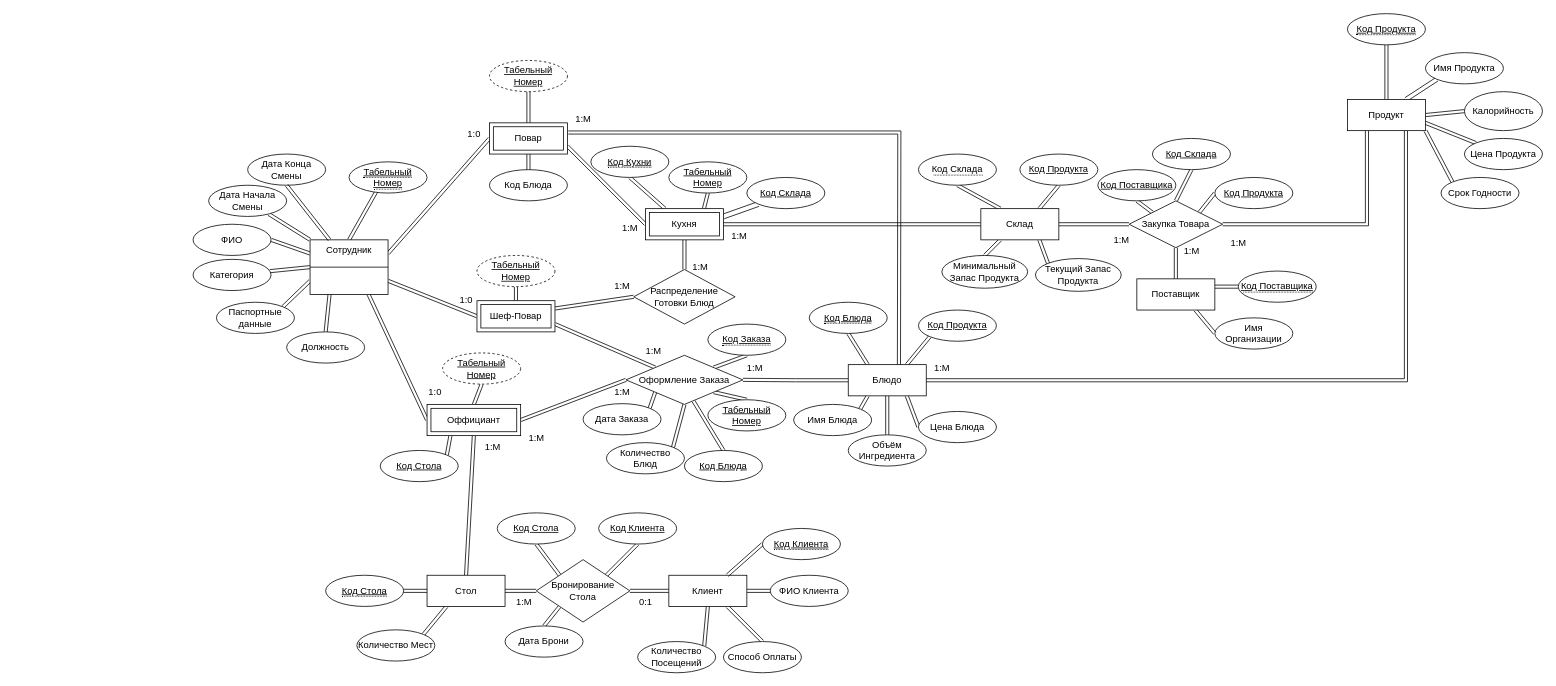
Earlier version of the draw.io diagram чена-кириллова-lab2.drawio (marinagovorova/DATABASES_ICT_2-3s_2022-2023_2023-2024). Source tidied: cells renumbered, new cells numbered last; positions are measured from the earlier drawing's top-left corner, leaving out a move shared by most shapes. Both pictures are drawn from the tidied source at 78%, with x=0, y=0 at pixel (193, 13).
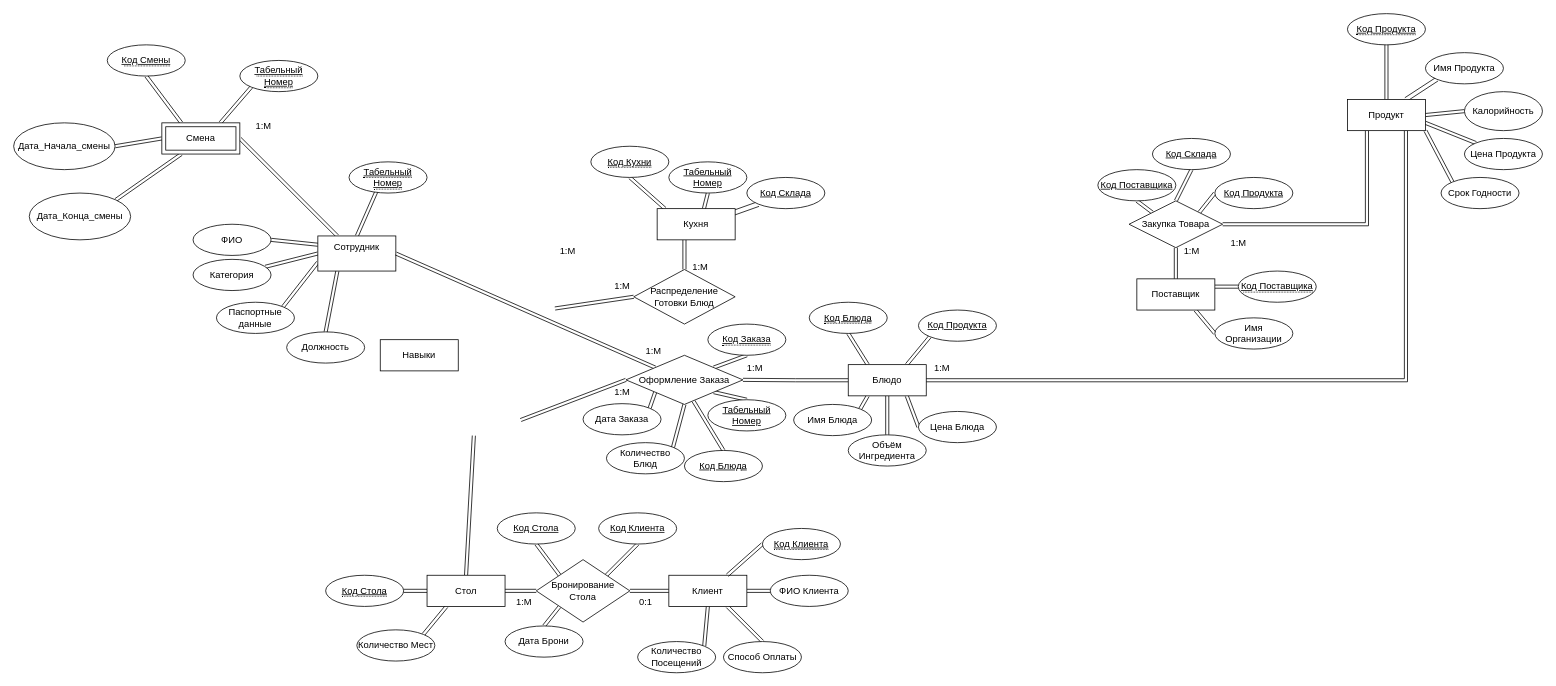
Above is the later version.

The change refers to these unchanged cells:
```xml
<mxCell id="43" value="Стол" style="whiteSpace=wrap;html=1;align=center;" parent="1" vertex="1">
  <mxGeometry x="300" y="720" width="100" height="40" as="geometry" />
</mxCell>
<mxCell id="70" value="Оформление Заказа" style="shape=rhombus;perimeter=rhombusPerimeter;whiteSpace=wrap;html=1;align=center;" parent="1" vertex="1">
  <mxGeometry x="555" y="438" width="150" height="63" as="geometry" />
</mxCell>
<mxCell id="79" value="&lt;span style=&quot;border-bottom: 1px dotted&quot;&gt;&lt;u&gt;Код Кухни&lt;/u&gt;&lt;/span&gt;" style="ellipse;whiteSpace=wrap;html=1;align=center;" parent="1" vertex="1">
  <mxGeometry x="510" y="170" width="100" height="40" as="geometry" />
</mxCell>
<mxCell id="80" value="Табельный Номер" style="ellipse;whiteSpace=wrap;html=1;align=center;fontStyle=4;" parent="1" vertex="1">
  <mxGeometry x="610" y="190" width="100" height="40" as="geometry" />
</mxCell>
<mxCell id="81" value="&lt;u&gt;Код Склада&lt;/u&gt;" style="ellipse;whiteSpace=wrap;html=1;align=center;" parent="1" vertex="1">
  <mxGeometry x="710" y="210" width="100" height="40" as="geometry" />
</mxCell>
<mxCell id="83" value="Распределение Готовки Блюд" style="shape=rhombus;perimeter=rhombusPerimeter;whiteSpace=wrap;html=1;align=center;" parent="1" vertex="1">
  <mxGeometry x="565" y="328" width="130" height="70" as="geometry" />
</mxCell>
<mxCell id="115" value="Закупка Товара" style="shape=rhombus;perimeter=rhombusPerimeter;whiteSpace=wrap;html=1;align=center;" parent="1" vertex="1">
  <mxGeometry x="1200" y="240" width="120" height="60" as="geometry" />
</mxCell>
```

The edit, as a diff of the source:
```diff
@@
-    <mxCell id="6" style="edgeStyle=none;shape=link;rounded=0;jettySize=auto;html=1;exitX=0;exitY=0;exitDx=0;exitDy=0;" parent="1" edge="1" source="11" target="17">
-      <mxGeometry relative="1" as="geometry" />
-    </mxCell>
-    <mxCell id="7" style="edgeStyle=none;shape=link;rounded=0;jettySize=auto;html=1;exitX=1;exitY=0.25;exitDx=0;exitDy=0;entryX=0;entryY=0.5;entryDx=0;entryDy=0;" parent="1" edge="1" source="11" target="23">
-      <mxGeometry relative="1" as="geometry" />
-    </mxCell>
-    <mxCell id="8" style="edgeStyle=none;shape=link;rounded=0;jettySize=auto;html=1;exitX=1;exitY=0.75;exitDx=0;exitDy=0;entryX=0;entryY=0.5;entryDx=0;entryDy=0;" parent="1" edge="1" source="11" target="27">
-      <mxGeometry relative="1" as="geometry" />
-    </mxCell>
-    <mxCell id="9" style="edgeStyle=none;shape=link;rounded=0;jettySize=auto;html=1;exitX=0.75;exitY=1;exitDx=0;exitDy=0;entryX=0;entryY=0.5;entryDx=0;entryDy=0;" parent="1" edge="1" source="11" target="32">
-      <mxGeometry relative="1" as="geometry" />
-    </mxCell>
@@
+    <mxCell id="151" style="edgeStyle=none;shape=link;rounded=0;jettySize=auto;html=1;exitX=0.25;exitY=0;exitDx=0;exitDy=0;entryX=1;entryY=0.5;entryDx=0;entryDy=0;" parent="1" edge="1" source="11" target="156">
+      <mxGeometry relative="1" as="geometry" />
+    </mxCell>
     <mxCell id="11" value="Сотрудник" style="whiteSpace=wrap;html=1;align=center;perimeterSpacing=0;fontStyle=0;verticalAlign=top;" parent="1" vertex="1">
-      <mxGeometry x="150" y="290" width="100" height="70" as="geometry" />
+      <mxGeometry x="160" y="285" width="100" height="45" as="geometry" />
     </mxCell>
-    <mxCell id="12" style="line;strokeWidth=1;dashed=0;labelPosition=right;align=left;verticalAlign=middle;spacingTop=0;spacingLeft=6;" parent="1" vertex="1">
-      <mxGeometry x="150" y="320" width="100" height="10" as="geometry" />
-    </mxCell>
@@
-    <mxCell id="17" value="Дата Начала Смены" style="ellipse;whiteSpace=wrap;html=1;align=center;" parent="1" vertex="1">
-      <mxGeometry x="20" y="220" width="100" height="40" as="geometry" />
-    </mxCell>
-    <mxCell id="18" value="Дата Конца Смены" style="ellipse;whiteSpace=wrap;html=1;align=center;" parent="1" vertex="1">
-      <mxGeometry x="70" y="180" width="100" height="40" as="geometry" />
-    </mxCell>
-    <mxCell id="19" style="edgeStyle=none;shape=link;rounded=0;jettySize=auto;html=1;exitX=0.25;exitY=0;exitDx=0;exitDy=0;entryX=0.5;entryY=1;entryDx=0;entryDy=0;" parent="1" edge="1" source="11" target="18">
-      <mxGeometry relative="1" as="geometry" />
-    </mxCell>
-    <mxCell id="20" style="edgeStyle=none;shape=link;rounded=0;jettySize=auto;html=1;exitX=0.5;exitY=0;exitDx=0;exitDy=0;entryX=0.5;entryY=1;entryDx=0;entryDy=0;" parent="1" edge="1" source="23" target="37">
-      <mxGeometry relative="1" as="geometry" />
+    <mxCell id="20" style="edgeStyle=none;shape=link;rounded=0;orthogonalLoop=1;jettySize=auto;html=1;exitX=0.5;exitY=0;exitDx=0;exitDy=0;entryX=0.5;entryY=1;entryDx=0;entryDy=0;" parent="1" edge="1">
+      <mxGeometry relative="1" as="geometry">
+        <mxPoint x="430" y="140" as="sourcePoint" />
+      </mxGeometry>
     </mxCell>
-    <mxCell id="21" style="edgeStyle=none;shape=link;rounded=0;jettySize=auto;html=1;exitX=1;exitY=0.75;exitDx=0;exitDy=0;entryX=0;entryY=0.5;entryDx=0;entryDy=0;" parent="1" edge="1" source="23" target="77">
-      <mxGeometry relative="1" as="geometry" />
-    </mxCell>
-    <mxCell id="22" style="edgeStyle=none;shape=link;rounded=0;jettySize=auto;html=1;exitX=0.5;exitY=1;exitDx=0;exitDy=0;entryX=0.5;entryY=0;entryDx=0;entryDy=0;" parent="1" edge="1" source="23" target="144">
-      <mxGeometry relative="1" as="geometry" />
+    <mxCell id="22" style="edgeStyle=none;shape=link;rounded=0;orthogonalLoop=1;jettySize=auto;html=1;exitX=0.5;exitY=1;exitDx=0;exitDy=0;entryX=0.5;entryY=0;entryDx=0;entryDy=0;" parent="1" edge="1">
+      <mxGeometry relative="1" as="geometry">
+        <mxPoint x="430" y="200" as="targetPoint" />
+      </mxGeometry>
     </mxCell>
-    <mxCell id="23" value="Повар" style="shape=ext;margin=3;double=1;whiteSpace=wrap;html=1;align=center;" parent="1" vertex="1">
-      <mxGeometry x="380" y="140" width="100" height="40" as="geometry" />
-    </mxCell>
-    <mxCell id="24" style="edgeStyle=none;shape=link;rounded=0;jettySize=auto;html=1;exitX=0.5;exitY=0;exitDx=0;exitDy=0;entryX=0.5;entryY=1;entryDx=0;entryDy=0;" parent="1" edge="1" source="27" target="38">
-      <mxGeometry relative="1" as="geometry" />
+    <mxCell id="24" style="edgeStyle=none;shape=link;rounded=0;orthogonalLoop=1;jettySize=auto;html=1;exitX=0.5;exitY=0;exitDx=0;exitDy=0;entryX=0.5;entryY=1;entryDx=0;entryDy=0;" parent="1" edge="1">
+      <mxGeometry relative="1" as="geometry">
+        <mxPoint x="414" y="368" as="sourcePoint" />
+      </mxGeometry>
     </mxCell>
-    <mxCell id="25" style="edgeStyle=none;shape=link;rounded=0;jettySize=auto;html=1;exitX=1;exitY=0.75;exitDx=0;exitDy=0;entryX=0;entryY=0;entryDx=0;entryDy=0;" parent="1" edge="1" source="27" target="70">
+    <mxCell id="25" style="edgeStyle=none;shape=link;rounded=0;jettySize=auto;html=1;exitX=1;exitY=0.5;exitDx=0;exitDy=0;entryX=0;entryY=0;entryDx=0;entryDy=0;" parent="1" edge="1" source="11" target="70">
       <mxGeometry relative="1" as="geometry" />
     </mxCell>
-    <mxCell id="26" style="edgeStyle=none;shape=link;rounded=0;jettySize=auto;html=1;exitX=1;exitY=0.25;exitDx=0;exitDy=0;entryX=0;entryY=0.5;entryDx=0;entryDy=0;" parent="1" edge="1" source="27" target="83">
-      <mxGeometry relative="1" as="geometry" />
+    <mxCell id="26" style="edgeStyle=none;shape=link;rounded=0;jettySize=auto;html=1;exitX=1;exitY=0.25;exitDx=0;exitDy=0;entryX=0;entryY=0.5;entryDx=0;entryDy=0;" parent="1" edge="1" target="83">
+      <mxGeometry relative="1" as="geometry">
+        <mxPoint x="464" y="378" as="sourcePoint" />
+      </mxGeometry>
     </mxCell>
-    <mxCell id="27" value="Шеф-Повар" style="shape=ext;margin=3;double=1;whiteSpace=wrap;html=1;align=center;" parent="1" vertex="1">
-      <mxGeometry x="364" y="368" width="100" height="40" as="geometry" />
-    </mxCell>
-    <mxCell id="28" style="edgeStyle=none;shape=link;rounded=0;jettySize=auto;html=1;exitX=0.5;exitY=0;exitDx=0;exitDy=0;entryX=0.5;entryY=1;entryDx=0;entryDy=0;" parent="1" edge="1" source="32" target="39">
-      <mxGeometry relative="1" as="geometry" />
-    </mxCell>
-    <mxCell id="29" style="edgeStyle=none;shape=link;rounded=0;jettySize=auto;html=1;exitX=0.5;exitY=1;exitDx=0;exitDy=0;entryX=0.5;entryY=0;entryDx=0;entryDy=0;" parent="1" edge="1" source="32" target="43">
-      <mxGeometry relative="1" as="geometry" />
+    <mxCell id="29" style="edgeStyle=none;shape=link;rounded=0;jettySize=auto;html=1;exitX=0.5;exitY=1;exitDx=0;exitDy=0;entryX=0.5;entryY=0;entryDx=0;entryDy=0;" parent="1" edge="1" target="43">
+      <mxGeometry relative="1" as="geometry">
+        <mxPoint x="360" y="541" as="sourcePoint" />
+      </mxGeometry>
     </mxCell>
-    <mxCell id="30" style="edgeStyle=none;shape=link;rounded=0;jettySize=auto;html=1;exitX=1;exitY=0.5;exitDx=0;exitDy=0;entryX=0;entryY=0.5;entryDx=0;entryDy=0;" parent="1" edge="1" source="32" target="70">
-      <mxGeometry relative="1" as="geometry" />
+    <mxCell id="30" style="edgeStyle=none;shape=link;rounded=0;jettySize=auto;html=1;exitX=1;exitY=0.5;exitDx=0;exitDy=0;entryX=0;entryY=0.5;entryDx=0;entryDy=0;" parent="1" edge="1" target="70">
+      <mxGeometry relative="1" as="geometry">
+        <mxPoint x="420" y="521" as="sourcePoint" />
+      </mxGeometry>
     </mxCell>
-    <mxCell id="31" style="edgeStyle=none;shape=link;rounded=0;jettySize=auto;html=1;exitX=0.25;exitY=1;exitDx=0;exitDy=0;entryX=1;entryY=0;entryDx=0;entryDy=0;" parent="1" edge="1" source="32" target="143">
-      <mxGeometry relative="1" as="geometry" />
-    </mxCell>
-    <mxCell id="32" value="Оффициант" style="shape=ext;margin=3;double=1;whiteSpace=wrap;html=1;align=center;" parent="1" vertex="1">
-      <mxGeometry x="300" y="501" width="120" height="40" as="geometry" />
-    </mxCell>
-    <mxCell id="33" value="1:0" style="text;html=1;align=center;verticalAlign=middle;strokeColor=none;fillColor=none;" parent="1" vertex="1">
-      <mxGeometry x="330" y="352" width="40" height="30" as="geometry" />
-    </mxCell>
-    <mxCell id="34" value="1:0" style="text;html=1;align=center;verticalAlign=middle;strokeColor=none;fillColor=none;" parent="1" vertex="1">
-      <mxGeometry x="340" y="140" width="40" height="30" as="geometry" />
-    </mxCell>
-    <mxCell id="35" value="1:0" style="text;html=1;align=center;verticalAlign=middle;strokeColor=none;fillColor=none;" parent="1" vertex="1">
-      <mxGeometry x="290" y="470" width="40" height="30" as="geometry" />
-    </mxCell>
@@
-    <mxCell id="37" value="&lt;u&gt;Табельный Номер&lt;/u&gt;" style="ellipse;whiteSpace=wrap;html=1;align=center;dashed=1;" parent="1" vertex="1">
-      <mxGeometry x="380" y="60" width="100" height="40" as="geometry" />
-    </mxCell>
-    <mxCell id="38" value="&lt;u&gt;Табельный Номер&lt;/u&gt;" style="ellipse;whiteSpace=wrap;html=1;align=center;dashed=1;" parent="1" vertex="1">
-      <mxGeometry x="364" y="310" width="100" height="40" as="geometry" />
-    </mxCell>
-    <mxCell id="39" value="&lt;u&gt;Табельный Номер&lt;/u&gt;" style="ellipse;whiteSpace=wrap;html=1;align=center;dashed=1;" parent="1" vertex="1">
-      <mxGeometry x="320" y="435" width="100" height="40" as="geometry" />
-    </mxCell>
@@
-    <mxCell id="50" value="1:М" style="text;html=1;align=center;verticalAlign=middle;strokeColor=none;fillColor=none;" parent="1" vertex="1">
-      <mxGeometry x="420" y="530" width="40" height="30" as="geometry" />
-    </mxCell>
@@
-    <mxCell id="73" style="edgeStyle=none;shape=link;rounded=0;jettySize=auto;html=1;exitX=0.25;exitY=0;exitDx=0;exitDy=0;entryX=0.5;entryY=1;entryDx=0;entryDy=0;" parent="1" edge="1" source="77" target="79">
-      <mxGeometry relative="1" as="geometry" />
+    <mxCell id="73" style="edgeStyle=none;shape=link;rounded=0;jettySize=auto;html=1;exitX=0.25;exitY=0;exitDx=0;exitDy=0;entryX=0.5;entryY=1;entryDx=0;entryDy=0;" parent="1" edge="1" target="79">
+      <mxGeometry relative="1" as="geometry">
+        <mxPoint x="605" y="250" as="sourcePoint" />
+      </mxGeometry>
     </mxCell>
-    <mxCell id="74" style="edgeStyle=none;shape=link;rounded=0;jettySize=auto;html=1;exitX=0.75;exitY=0;exitDx=0;exitDy=0;entryX=0.5;entryY=1;entryDx=0;entryDy=0;" parent="1" edge="1" source="77" target="80">
-      <mxGeometry relative="1" as="geometry" />
+    <mxCell id="74" style="edgeStyle=none;shape=link;rounded=0;jettySize=auto;html=1;exitX=0.75;exitY=0;exitDx=0;exitDy=0;entryX=0.5;entryY=1;entryDx=0;entryDy=0;" parent="1" edge="1" target="80">
+      <mxGeometry relative="1" as="geometry">
+        <mxPoint x="655" y="250" as="sourcePoint" />
+      </mxGeometry>
     </mxCell>
-    <mxCell id="75" style="edgeStyle=none;shape=link;rounded=0;jettySize=auto;html=1;exitX=1;exitY=0.25;exitDx=0;exitDy=0;entryX=0;entryY=1;entryDx=0;entryDy=0;width=-6.190476190476191;" parent="1" edge="1" source="77" target="81">
-      <mxGeometry relative="1" as="geometry" />
+    <mxCell id="75" style="edgeStyle=none;shape=link;rounded=0;jettySize=auto;html=1;exitX=1;exitY=0.25;exitDx=0;exitDy=0;entryX=0;entryY=1;entryDx=0;entryDy=0;width=-6.190476190476191;" parent="1" edge="1" target="81">
+      <mxGeometry relative="1" as="geometry">
+        <mxPoint x="680" y="260" as="sourcePoint" />
+      </mxGeometry>
     </mxCell>
-    <mxCell id="76" style="edgeStyle=none;shape=link;rounded=0;jettySize=auto;html=1;exitX=0.5;exitY=1;exitDx=0;exitDy=0;entryX=0.5;entryY=0;entryDx=0;entryDy=0;" parent="1" edge="1" source="77" target="83">
-      <mxGeometry relative="1" as="geometry" />
+    <mxCell id="76" style="edgeStyle=none;shape=link;rounded=0;jettySize=auto;html=1;exitX=0.5;exitY=1;exitDx=0;exitDy=0;entryX=0.5;entryY=0;entryDx=0;entryDy=0;" parent="1" edge="1" target="83">
+      <mxGeometry relative="1" as="geometry">
+        <mxPoint x="630" y="290" as="sourcePoint" />
+      </mxGeometry>
     </mxCell>
-    <mxCell id="77" value="Кухня" style="shape=ext;margin=3;double=1;whiteSpace=wrap;html=1;align=center;" parent="1" vertex="1">
-      <mxGeometry x="580" y="250" width="100" height="40" as="geometry" />
-    </mxCell>
     <mxCell id="78" value="1:М" style="text;html=1;align=center;verticalAlign=middle;strokeColor=none;fillColor=none;" parent="1" vertex="1">
-      <mxGeometry x="540" y="260" width="40" height="30" as="geometry" />
+      <mxGeometry x="460" y="290" width="40" height="30" as="geometry" />
     </mxCell>
@@
-    <mxCell id="93" style="edgeStyle=orthogonalEdgeStyle;shape=link;rounded=0;jettySize=auto;html=1;exitX=0.028;exitY=1.079;exitDx=0;exitDy=0;entryX=0.75;entryY=0;entryDx=0;entryDy=0;exitPerimeter=0;" parent="1" edge="1" source="94">
-      <mxGeometry relative="1" as="geometry">
-        <mxPoint x="905" y="450" as="targetPoint" />
-      </mxGeometry>
-    </mxCell>
-    <mxCell id="94" value="1:М" style="text;html=1;align=center;verticalAlign=middle;points=[];strokeColor=none;fillColor=none;" parent="1" vertex="1">
-      <mxGeometry x="480" y="120" width="40" height="30" as="geometry" />
-    </mxCell>
@@
-    <mxCell id="99" style="edgeStyle=none;shape=link;rounded=0;jettySize=auto;html=1;exitX=0;exitY=0.5;exitDx=0;exitDy=0;entryX=1;entryY=0.5;entryDx=0;entryDy=0;" parent="1" edge="1" source="105" target="77">
-      <mxGeometry relative="1" as="geometry" />
-    </mxCell>
-    <mxCell id="100" style="edgeStyle=none;shape=link;rounded=0;jettySize=auto;html=1;exitX=0.25;exitY=0;exitDx=0;exitDy=0;entryX=0.5;entryY=1;entryDx=0;entryDy=0;" parent="1" edge="1" source="105" target="107">
-      <mxGeometry relative="1" as="geometry" />
-    </mxCell>
-    <mxCell id="101" style="edgeStyle=none;shape=link;rounded=0;jettySize=auto;html=1;exitX=0.25;exitY=1;exitDx=0;exitDy=0;entryX=0.5;entryY=0;entryDx=0;entryDy=0;" parent="1" edge="1" source="105" target="108">
-      <mxGeometry relative="1" as="geometry" />
-    </mxCell>
-    <mxCell id="102" style="edgeStyle=none;shape=link;rounded=0;jettySize=auto;html=1;exitX=0.75;exitY=1;exitDx=0;exitDy=0;entryX=0;entryY=0;entryDx=0;entryDy=0;" parent="1" edge="1" source="105" target="109">
-      <mxGeometry relative="1" as="geometry" />
-    </mxCell>
-    <mxCell id="103" style="edgeStyle=none;shape=link;rounded=0;jettySize=auto;html=1;exitX=0.75;exitY=0;exitDx=0;exitDy=0;entryX=0.5;entryY=1;entryDx=0;entryDy=0;" parent="1" edge="1" source="105" target="110">
-      <mxGeometry relative="1" as="geometry" />
-    </mxCell>
-    <mxCell id="104" style="edgeStyle=none;shape=link;rounded=0;jettySize=auto;html=1;exitX=1;exitY=0.5;exitDx=0;exitDy=0;entryX=0;entryY=0.5;entryDx=0;entryDy=0;" parent="1" edge="1" source="105" target="115">
-      <mxGeometry relative="1" as="geometry" />
-    </mxCell>
-    <mxCell id="105" value="Склад" style="whiteSpace=wrap;html=1;align=center;" parent="1" vertex="1">
-      <mxGeometry x="1010" y="250" width="100" height="40" as="geometry" />
-    </mxCell>
-    <mxCell id="106" value="1:М" style="text;html=1;align=center;verticalAlign=middle;strokeColor=none;fillColor=none;" parent="1" vertex="1">
-      <mxGeometry x="680" y="270" width="40" height="30" as="geometry" />
-    </mxCell>
-    <mxCell id="107" value="&lt;span style=&quot;border-bottom: 1px dotted&quot;&gt;Код Склада&lt;/span&gt;" style="ellipse;whiteSpace=wrap;html=1;align=center;" parent="1" vertex="1">
-      <mxGeometry x="930" y="180" width="100" height="40" as="geometry" />
-    </mxCell>
-    <mxCell id="108" value="Минимальный Запас Продукта" style="ellipse;whiteSpace=wrap;html=1;align=center;" parent="1" vertex="1">
-      <mxGeometry x="960" y="310" width="110" height="42" as="geometry" />
-    </mxCell>
-    <mxCell id="109" value="Текущий Запас Продукта" style="ellipse;whiteSpace=wrap;html=1;align=center;" parent="1" vertex="1">
-      <mxGeometry x="1080" y="314" width="110" height="42" as="geometry" />
-    </mxCell>
-    <mxCell id="110" value="Код Продукта" style="ellipse;whiteSpace=wrap;html=1;align=center;fontStyle=4;" parent="1" vertex="1">
-      <mxGeometry x="1060" y="180" width="100" height="40" as="geometry" />
-    </mxCell>
@@
-    <mxCell id="116" value="1:М" style="text;html=1;align=center;verticalAlign=middle;strokeColor=none;fillColor=none;" parent="1" vertex="1">
-      <mxGeometry x="1170" y="275" width="40" height="30" as="geometry" />
-    </mxCell>
@@
-    <mxCell id="143" value="&lt;u&gt;Код Стола&lt;/u&gt;" style="ellipse;whiteSpace=wrap;html=1;align=center;" parent="1" vertex="1">
-      <mxGeometry x="240" y="560" width="100" height="40" as="geometry" />
-    </mxCell>
-    <mxCell id="144" value="Код Блюда" style="ellipse;whiteSpace=wrap;html=1;align=center;" parent="1" vertex="1">
-      <mxGeometry x="380" y="200" width="100" height="40" as="geometry" />
-    </mxCell>
@@
-    <mxCell id="150" value="1:М" style="text;html=1;align=center;verticalAlign=middle;strokeColor=none;fillColor=none;" parent="1" vertex="1">
-      <mxGeometry x="364" y="541" width="40" height="30" as="geometry" />
-    </mxCell>
+    <mxCell id="152" style="edgeStyle=none;shape=link;rounded=0;jettySize=auto;html=1;exitX=0.75;exitY=0;exitDx=0;exitDy=0;entryX=0;entryY=1;entryDx=0;entryDy=0;" parent="1" edge="1" source="156" target="157">
+      <mxGeometry relative="1" as="geometry" />
+    </mxCell>
+    <mxCell id="153" style="edgeStyle=none;shape=link;rounded=0;jettySize=auto;html=1;exitX=0.25;exitY=0;exitDx=0;exitDy=0;entryX=0.5;entryY=1;entryDx=0;entryDy=0;" parent="1" edge="1" source="156" target="158">
+      <mxGeometry relative="1" as="geometry" />
+    </mxCell>
+    <mxCell id="154" style="edgeStyle=none;shape=link;rounded=0;jettySize=auto;html=1;exitX=0.25;exitY=1;exitDx=0;exitDy=0;entryX=1;entryY=0;entryDx=0;entryDy=0;" parent="1" edge="1" source="156" target="160">
+      <mxGeometry relative="1" as="geometry" />
+    </mxCell>
+    <mxCell id="155" style="edgeStyle=none;shape=link;rounded=0;jettySize=auto;html=1;exitX=0;exitY=0.5;exitDx=0;exitDy=0;entryX=1;entryY=0.5;entryDx=0;entryDy=0;" parent="1" edge="1" source="156" target="159">
+      <mxGeometry relative="1" as="geometry" />
+    </mxCell>
+    <mxCell id="156" value="Смена" style="shape=ext;margin=3;double=1;whiteSpace=wrap;html=1;align=center;" parent="1" vertex="1">
+      <mxGeometry x="-40" y="140" width="100" height="40" as="geometry" />
+    </mxCell>
+    <mxCell id="157" value="&lt;span style=&quot;border-bottom: 1px dotted&quot;&gt;&lt;u&gt;Табельный Номер&lt;/u&gt;&lt;/span&gt;" style="ellipse;whiteSpace=wrap;html=1;align=center;" parent="1" vertex="1">
+      <mxGeometry x="60" y="60" width="100" height="40" as="geometry" />
+    </mxCell>
+    <mxCell id="158" value="&lt;span style=&quot;border-bottom: 1px dotted&quot;&gt;&lt;u&gt;Код Смены&lt;/u&gt;&lt;/span&gt;" style="ellipse;whiteSpace=wrap;html=1;align=center;" parent="1" vertex="1">
+      <mxGeometry x="-110" y="40" width="100" height="40" as="geometry" />
+    </mxCell>
+    <mxCell id="159" value="Дата_Начала_смены" style="ellipse;whiteSpace=wrap;html=1;align=center;" parent="1" vertex="1">
+      <mxGeometry x="-230" y="140" width="130" height="60" as="geometry" />
+    </mxCell>
+    <mxCell id="160" value="Дата_Конца_смены" style="ellipse;whiteSpace=wrap;html=1;align=center;" parent="1" vertex="1">
+      <mxGeometry x="-210" y="230" width="130" height="60" as="geometry" />
+    </mxCell>
+    <mxCell id="161" value="1:М" style="text;html=1;align=center;verticalAlign=middle;strokeColor=none;fillColor=none;" parent="1" vertex="1">
+      <mxGeometry x="70" y="130" width="40" height="30" as="geometry" />
+    </mxCell>
+    <mxCell id="162" style="edgeStyle=none;shape=link;rounded=0;orthogonalLoop=1;jettySize=auto;html=1;exitX=0.5;exitY=1;exitDx=0;exitDy=0;" parent="1" edge="1" source="11" target="11">
+      <mxGeometry relative="1" as="geometry" />
+    </mxCell>
+    <mxCell id="163" value="Навыки" style="whiteSpace=wrap;html=1;align=center;" parent="1" vertex="1">
+      <mxGeometry x="240" y="418" width="100" height="40" as="geometry" />
+    </mxCell>
+    <mxCell id="77" value="Кухня" style="whiteSpace=wrap;html=1;align=center;" parent="1" vertex="1">
+      <mxGeometry x="595" y="250" width="100" height="40" as="geometry" />
+    </mxCell>
```
